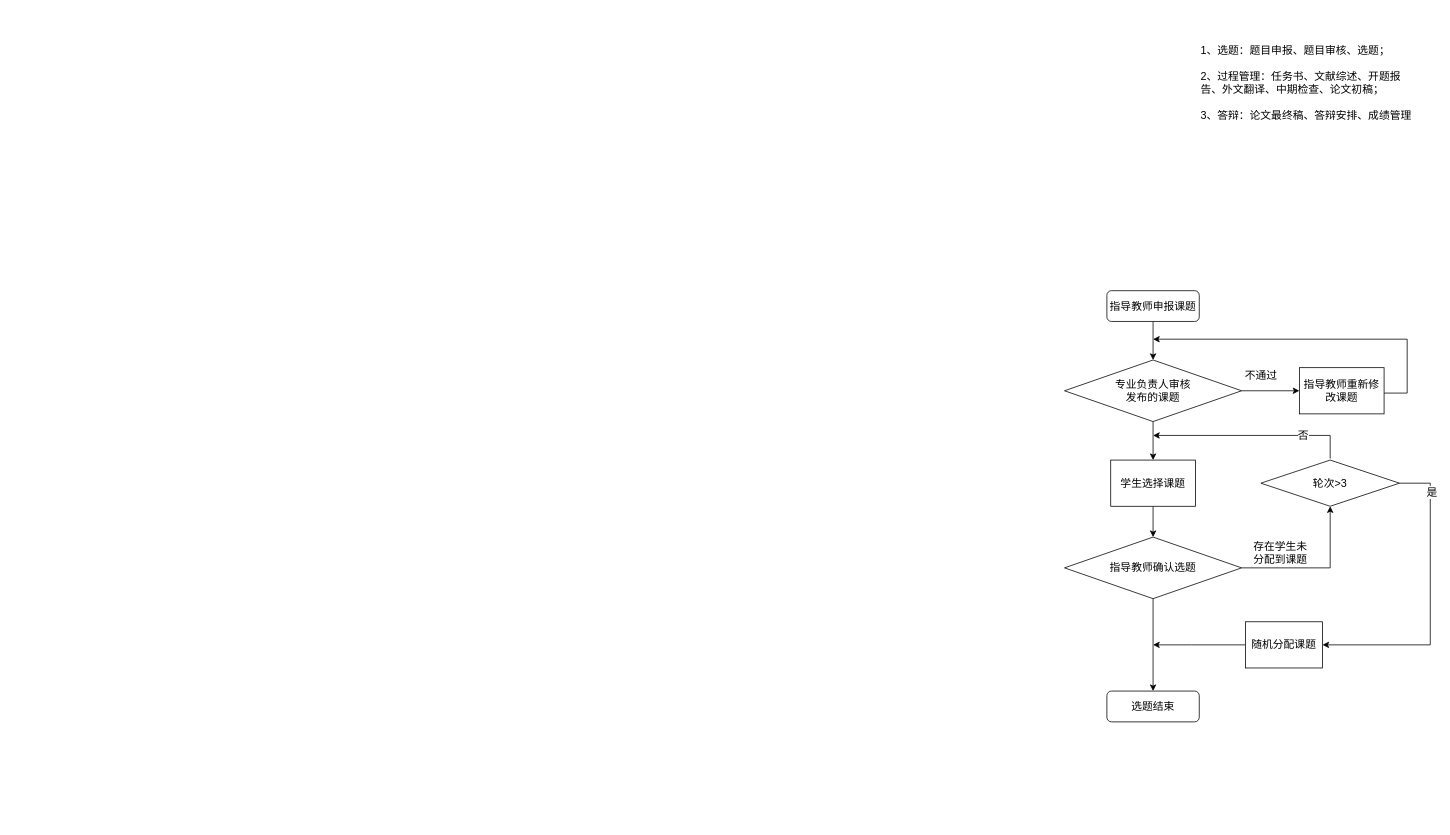
Above: temp/Untitled Diagram.drawio in FdfGithub/drawio (draw.io), before the change. Source tidied: cells renumbered, new cells numbered last; positions are measured from the earlier drawing's top-left corner, leaving out a move shared by most shapes. Both pictures are drawn from the tidied source at 77%, with x=0, y=0 at pixel (1064, 13).
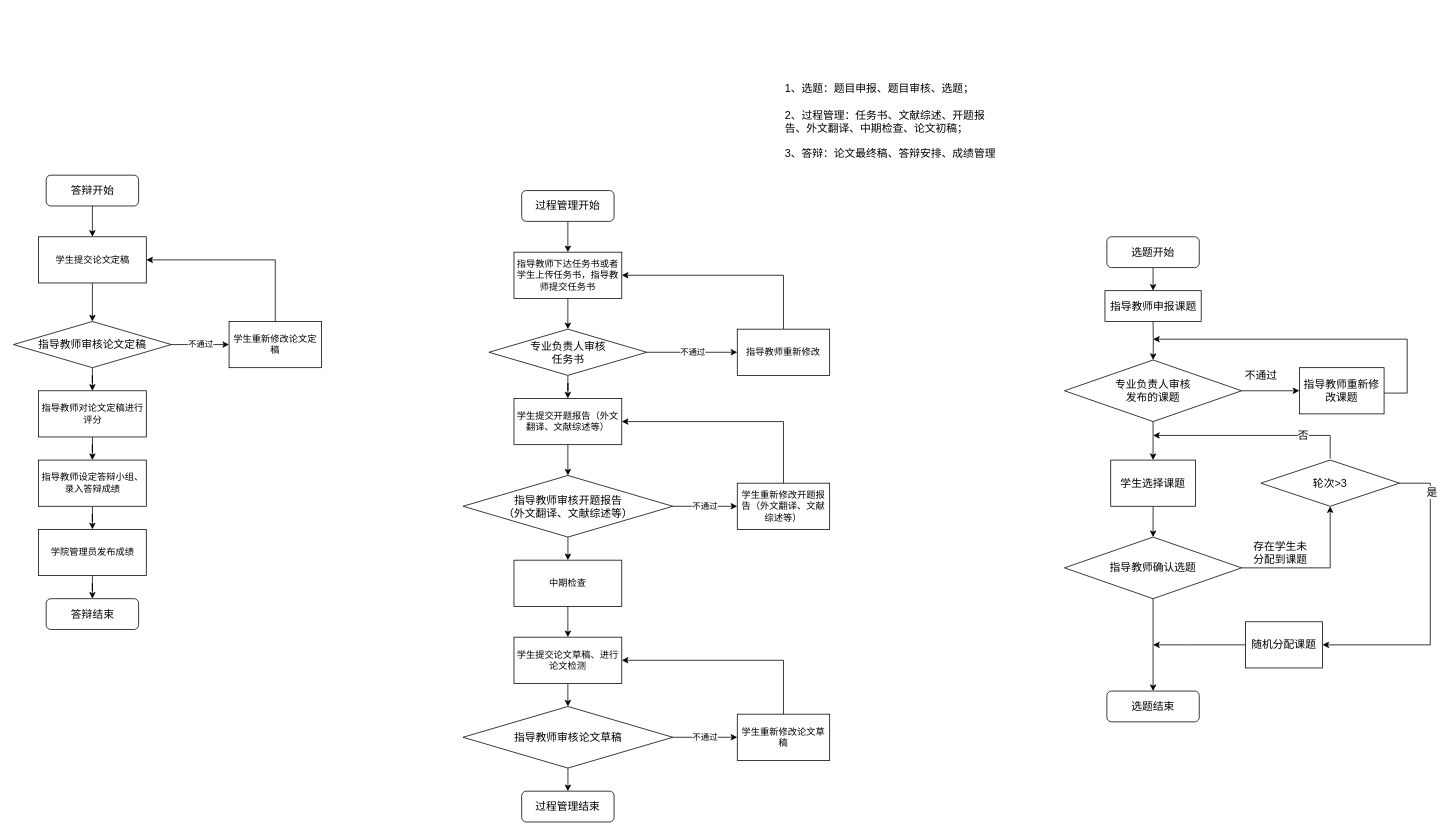
After the change.

The change refers to these unchanged cells:
```xml
<mxCell id="7" value="专业负责人审核&lt;br&gt;发布的课题" style="rhombus;whiteSpace=wrap;html=1;fontSize=14;" parent="1" vertex="1">
  <mxGeometry y="450" width="230" height="80" as="geometry" />
</mxCell>
```

Change to the diagram source:
```diff
@@
     <mxCell id="2" value="&lt;font style=&quot;font-size: 14px&quot;&gt;1、选题：题目申报、题目审核、选题；&lt;br&gt;&lt;br&gt;2、过程管理：任务书、文献综述、开题报告、外文翻译、中期检查、论文初稿；&lt;br&gt;&lt;br&gt;3、答辩：论文最终稿、答辩安排、成绩管理&lt;/font&gt;" style="text;html=1;strokeColor=none;fillColor=none;align=left;verticalAlign=middle;whiteSpace=wrap;rounded=0;" parent="1" vertex="1">
-      <mxGeometry x="175" width="280" height="180" as="geometry" />
+      <mxGeometry x="-365" y="50" width="280" height="180" as="geometry" />
     </mxCell>
-    <mxCell id="3" style="edgeStyle=orthogonalEdgeStyle;curved=1;rounded=0;jettySize=auto;html=1;entryX=0.5;entryY=0;entryDx=0;entryDy=0;fontSize=14;" parent="1" edge="1" source="4" target="7">
-      <mxGeometry relative="1" as="geometry" />
+    <mxCell id="3" style="edgeStyle=orthogonalEdgeStyle;curved=1;rounded=0;jettySize=auto;html=1;entryX=0.5;entryY=0;entryDx=0;entryDy=0;fontSize=14;" parent="1" edge="1" target="7">
+      <mxGeometry relative="1" as="geometry">
+        <mxPoint x="115" y="400" as="sourcePoint" />
+      </mxGeometry>
     </mxCell>
-    <mxCell id="4" value="指导教师申报课题" style="rounded=1;whiteSpace=wrap;html=1;fontSize=14;" parent="1" vertex="1">
-      <mxGeometry x="55" y="360" width="120" height="40" as="geometry" />
-    </mxCell>
@@
+    <mxCell id="25" style="edgeStyle=orthogonalEdgeStyle;rounded=0;jettySize=auto;html=1;entryX=0.5;entryY=0;entryDx=0;entryDy=0;" parent="1" edge="1" source="26" target="29">
+      <mxGeometry relative="1" as="geometry" />
+    </mxCell>
+    <mxCell id="26" value="指导教师下达任务书或者学生上传任务书，指导教师提交任务书" style="rounded=0;whiteSpace=wrap;html=1;" parent="1" vertex="1">
+      <mxGeometry x="-715" y="310" width="140" height="60" as="geometry" />
+    </mxCell>
+    <mxCell id="27" value="不通过" style="edgeStyle=orthogonalEdgeStyle;rounded=0;jettySize=auto;html=1;entryX=0;entryY=0.5;entryDx=0;entryDy=0;" parent="1" edge="1" source="29" target="31">
+      <mxGeometry relative="1" as="geometry" />
+    </mxCell>
+    <mxCell id="28" style="edgeStyle=orthogonalEdgeStyle;rounded=0;jettySize=auto;html=1;entryX=0.5;entryY=0;entryDx=0;entryDy=0;" parent="1" edge="1" source="29" target="33">
+      <mxGeometry relative="1" as="geometry" />
+    </mxCell>
+    <mxCell id="29" value="专业负责人审核&lt;br&gt;任务书" style="rhombus;whiteSpace=wrap;html=1;fontSize=14;" parent="1" vertex="1">
+      <mxGeometry x="-747.5" y="410" width="205" height="60" as="geometry" />
+    </mxCell>
+    <mxCell id="30" style="edgeStyle=orthogonalEdgeStyle;rounded=0;jettySize=auto;html=1;entryX=1;entryY=0.5;entryDx=0;entryDy=0;" parent="1" edge="1" source="31" target="26">
+      <mxGeometry relative="1" as="geometry">
+        <Array as="points">
+          <mxPoint x="-365" y="340" />
+        </Array>
+      </mxGeometry>
+    </mxCell>
+    <mxCell id="31" value="指导教师重新修改" style="rounded=0;whiteSpace=wrap;html=1;" parent="1" vertex="1">
+      <mxGeometry x="-425" y="410" width="120" height="60" as="geometry" />
+    </mxCell>
+    <mxCell id="32" style="edgeStyle=orthogonalEdgeStyle;rounded=0;jettySize=auto;html=1;entryX=0.5;entryY=0;entryDx=0;entryDy=0;" parent="1" edge="1" source="33" target="36">
+      <mxGeometry relative="1" as="geometry" />
+    </mxCell>
+    <mxCell id="33" value="学生提交开题报告（外文翻译、文献综述等）" style="rounded=0;whiteSpace=wrap;html=1;" parent="1" vertex="1">
+      <mxGeometry x="-715" y="500" width="140" height="60" as="geometry" />
+    </mxCell>
+    <mxCell id="34" value="不通过" style="edgeStyle=orthogonalEdgeStyle;rounded=0;jettySize=auto;html=1;entryX=0;entryY=0.5;entryDx=0;entryDy=0;" parent="1" edge="1" source="36" target="38">
+      <mxGeometry relative="1" as="geometry" />
+    </mxCell>
+    <mxCell id="35" style="edgeStyle=orthogonalEdgeStyle;rounded=0;jettySize=auto;html=1;" parent="1" edge="1" source="36" target="40">
+      <mxGeometry relative="1" as="geometry" />
+    </mxCell>
+    <mxCell id="36" value="指导教师审核开题报告&lt;br&gt;（外文翻译、文献综述等）" style="rhombus;whiteSpace=wrap;html=1;fontSize=14;" parent="1" vertex="1">
+      <mxGeometry x="-781.2" y="600" width="272.5" height="80" as="geometry" />
+    </mxCell>
+    <mxCell id="37" style="edgeStyle=orthogonalEdgeStyle;rounded=0;orthogonalLoop=1;jettySize=auto;html=1;entryX=1;entryY=0.25;entryDx=0;entryDy=0;" parent="1" edge="1">
+      <mxGeometry relative="1" as="geometry">
+        <mxPoint x="-365" y="625" as="sourcePoint" />
+        <mxPoint x="-575" y="530" as="targetPoint" />
+        <Array as="points">
+          <mxPoint x="-365" y="530" />
+        </Array>
+      </mxGeometry>
+    </mxCell>
+    <mxCell id="38" value="学生重新修改开题报告（外文翻译、文献综述等）" style="rounded=0;whiteSpace=wrap;html=1;" parent="1" vertex="1">
+      <mxGeometry x="-425" y="610" width="120" height="60" as="geometry" />
+    </mxCell>
+    <mxCell id="39" style="edgeStyle=orthogonalEdgeStyle;rounded=0;jettySize=auto;html=1;" parent="1" edge="1" source="40">
+      <mxGeometry relative="1" as="geometry">
+        <mxPoint x="-645" y="810" as="targetPoint" />
+      </mxGeometry>
+    </mxCell>
+    <mxCell id="40" value="中期检查" style="rounded=0;whiteSpace=wrap;html=1;" parent="1" vertex="1">
+      <mxGeometry x="-715" y="710" width="140" height="60" as="geometry" />
+    </mxCell>
+    <mxCell id="41" style="edgeStyle=orthogonalEdgeStyle;rounded=0;jettySize=auto;html=1;entryX=0.5;entryY=0;entryDx=0;entryDy=0;" parent="1" edge="1" source="42" target="45">
+      <mxGeometry relative="1" as="geometry" />
+    </mxCell>
+    <mxCell id="42" value="学生提交论文草稿、进行论文检测" style="rounded=0;whiteSpace=wrap;html=1;" parent="1" vertex="1">
+      <mxGeometry x="-715" y="810" width="140" height="60" as="geometry" />
+    </mxCell>
+    <mxCell id="43" value="不通过" style="edgeStyle=orthogonalEdgeStyle;rounded=0;jettySize=auto;html=1;" parent="1" edge="1" source="45" target="47">
+      <mxGeometry relative="1" as="geometry" />
+    </mxCell>
+    <mxCell id="44" style="edgeStyle=orthogonalEdgeStyle;rounded=0;jettySize=auto;html=1;" parent="1" edge="1" source="45" target="50">
+      <mxGeometry relative="1" as="geometry" />
+    </mxCell>
+    <mxCell id="45" value="指导教师审核论文草稿" style="rhombus;whiteSpace=wrap;html=1;fontSize=14;" parent="1" vertex="1">
+      <mxGeometry x="-781.2" y="900" width="272.5" height="80" as="geometry" />
+    </mxCell>
+    <mxCell id="46" style="edgeStyle=orthogonalEdgeStyle;rounded=0;orthogonalLoop=1;jettySize=auto;html=1;entryX=1;entryY=0.25;entryDx=0;entryDy=0;" parent="1" edge="1">
+      <mxGeometry relative="1" as="geometry">
+        <mxPoint x="-365" y="925" as="sourcePoint" />
+        <mxPoint x="-575" y="840" as="targetPoint" />
+        <Array as="points">
+          <mxPoint x="-365" y="840" />
+        </Array>
+      </mxGeometry>
+    </mxCell>
+    <mxCell id="47" value="学生重新修改论文草稿" style="rounded=0;whiteSpace=wrap;html=1;" parent="1" vertex="1">
+      <mxGeometry x="-425" y="910" width="120" height="60" as="geometry" />
+    </mxCell>
+    <mxCell id="48" style="edgeStyle=orthogonalEdgeStyle;rounded=0;jettySize=auto;html=1;" parent="1" edge="1" source="49" target="26">
+      <mxGeometry relative="1" as="geometry" />
+    </mxCell>
+    <mxCell id="49" value="过程管理开始" style="rounded=1;whiteSpace=wrap;html=1;fontSize=14;" parent="1" vertex="1">
+      <mxGeometry x="-705" y="230" width="120" height="40" as="geometry" />
+    </mxCell>
+    <mxCell id="50" value="过程管理结束" style="rounded=1;whiteSpace=wrap;html=1;fontSize=14;" parent="1" vertex="1">
+      <mxGeometry x="-705" y="1010" width="120" height="40" as="geometry" />
+    </mxCell>
+    <mxCell id="51" style="edgeStyle=orthogonalEdgeStyle;rounded=0;jettySize=auto;html=1;entryX=0.5;entryY=0;entryDx=0;entryDy=0;" parent="1" edge="1" source="52">
+      <mxGeometry relative="1" as="geometry">
+        <mxPoint x="115" y="360" as="targetPoint" />
+      </mxGeometry>
+    </mxCell>
+    <mxCell id="52" value="选题开始" style="rounded=1;whiteSpace=wrap;html=1;fontSize=14;" parent="1" vertex="1">
+      <mxGeometry x="55" y="290" width="120" height="40" as="geometry" />
+    </mxCell>
+    <mxCell id="4" value="&lt;span style=&quot;font-size: 14px&quot;&gt;指导教师申报课题&lt;/span&gt;" style="rounded=0;whiteSpace=wrap;html=1;" parent="1" vertex="1">
+      <mxGeometry x="52.5" y="360" width="125" height="40" as="geometry" />
+    </mxCell>
+    <mxCell id="53" style="edgeStyle=orthogonalEdgeStyle;rounded=0;jettySize=auto;html=1;" parent="1" edge="1" source="54" target="56">
+      <mxGeometry relative="1" as="geometry" />
+    </mxCell>
+    <mxCell id="54" value="答辩开始" style="rounded=1;whiteSpace=wrap;html=1;fontSize=14;" parent="1" vertex="1">
+      <mxGeometry x="-1322.5" y="210" width="120" height="40" as="geometry" />
+    </mxCell>
+    <mxCell id="55" style="edgeStyle=orthogonalEdgeStyle;rounded=0;jettySize=auto;html=1;entryX=0.5;entryY=0;entryDx=0;entryDy=0;" parent="1" edge="1" source="56" target="59">
+      <mxGeometry relative="1" as="geometry" />
+    </mxCell>
+    <mxCell id="56" value="学生提交论文定稿" style="rounded=0;whiteSpace=wrap;html=1;" parent="1" vertex="1">
+      <mxGeometry x="-1332.5" y="290" width="140" height="60" as="geometry" />
+    </mxCell>
+    <mxCell id="57" value="不通过" style="edgeStyle=orthogonalEdgeStyle;rounded=0;jettySize=auto;html=1;" parent="1" edge="1" source="59" target="61">
+      <mxGeometry relative="1" as="geometry" />
+    </mxCell>
+    <mxCell id="58" style="edgeStyle=orthogonalEdgeStyle;rounded=0;jettySize=auto;html=1;entryX=0.5;entryY=0;entryDx=0;entryDy=0;" parent="1" edge="1" source="59" target="63">
+      <mxGeometry relative="1" as="geometry" />
+    </mxCell>
+    <mxCell id="59" value="指导教师审核论文定稿" style="rhombus;whiteSpace=wrap;html=1;fontSize=14;" parent="1" vertex="1">
+      <mxGeometry x="-1365" y="400" width="205" height="60" as="geometry" />
+    </mxCell>
+    <mxCell id="60" style="edgeStyle=orthogonalEdgeStyle;rounded=0;jettySize=auto;html=1;entryX=1;entryY=0.5;entryDx=0;entryDy=0;" parent="1" edge="1" source="61" target="56">
+      <mxGeometry relative="1" as="geometry">
+        <Array as="points">
+          <mxPoint x="-1025" y="320" />
+        </Array>
+      </mxGeometry>
+    </mxCell>
+    <mxCell id="61" value="学生重新修改论文定稿" style="rounded=0;whiteSpace=wrap;html=1;" parent="1" vertex="1">
+      <mxGeometry x="-1085" y="400" width="120" height="60" as="geometry" />
+    </mxCell>
+    <mxCell id="62" style="edgeStyle=orthogonalEdgeStyle;rounded=0;jettySize=auto;html=1;entryX=0.5;entryY=0;entryDx=0;entryDy=0;" parent="1" edge="1" source="63" target="65">
+      <mxGeometry relative="1" as="geometry" />
+    </mxCell>
+    <mxCell id="63" value="指导教师对论文定稿进行评分" style="rounded=0;whiteSpace=wrap;html=1;" parent="1" vertex="1">
+      <mxGeometry x="-1332.5" y="490" width="140" height="60" as="geometry" />
+    </mxCell>
+    <mxCell id="64" style="edgeStyle=orthogonalEdgeStyle;rounded=0;jettySize=auto;html=1;entryX=0.5;entryY=0;entryDx=0;entryDy=0;" parent="1" edge="1" source="65" target="67">
+      <mxGeometry relative="1" as="geometry" />
+    </mxCell>
+    <mxCell id="65" value="指导教师设定答辩小组、录入答辩成绩" style="rounded=0;whiteSpace=wrap;html=1;" parent="1" vertex="1">
+      <mxGeometry x="-1332.5" y="580" width="140" height="60" as="geometry" />
+    </mxCell>
+    <mxCell id="66" style="edgeStyle=orthogonalEdgeStyle;rounded=0;jettySize=auto;html=1;entryX=0.5;entryY=0;entryDx=0;entryDy=0;" parent="1" edge="1" source="67" target="68">
+      <mxGeometry relative="1" as="geometry" />
+    </mxCell>
+    <mxCell id="67" value="学院管理员发布成绩" style="rounded=0;whiteSpace=wrap;html=1;" parent="1" vertex="1">
+      <mxGeometry x="-1332.5" y="670" width="140" height="60" as="geometry" />
+    </mxCell>
+    <mxCell id="68" value="答辩结束" style="rounded=1;whiteSpace=wrap;html=1;fontSize=14;" parent="1" vertex="1">
+      <mxGeometry x="-1322.5" y="760" width="120" height="40" as="geometry" />
+    </mxCell>
```
